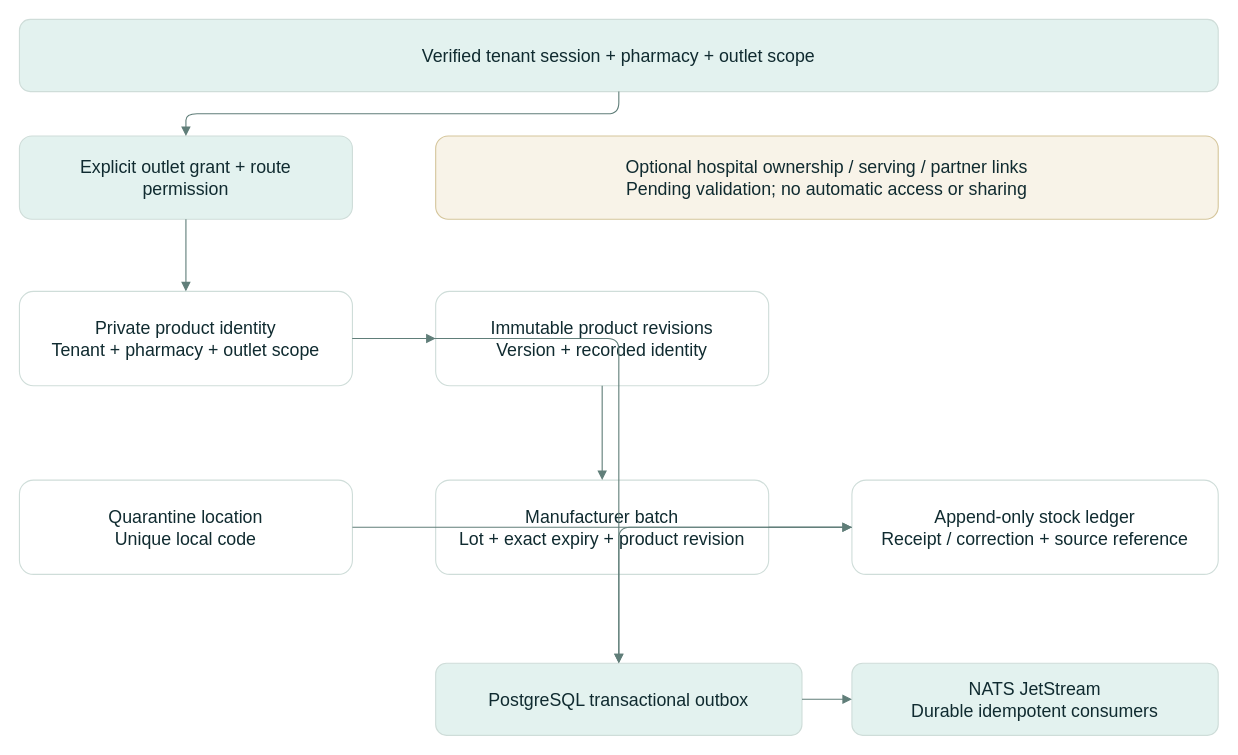
Earlier version of the draw.io diagram docs/architecture/diagrams/10-pharmaconnect-foundations.drawio (tesserix/helivanta). Source tidied: cells renumbered, new cells numbered last; positions are measured from the earlier drawing's top-left corner, leaving out a move shared by most shapes. Both pictures are drawn from the tidied source at 111%, with x=0, y=0 at pixel (19, 19).
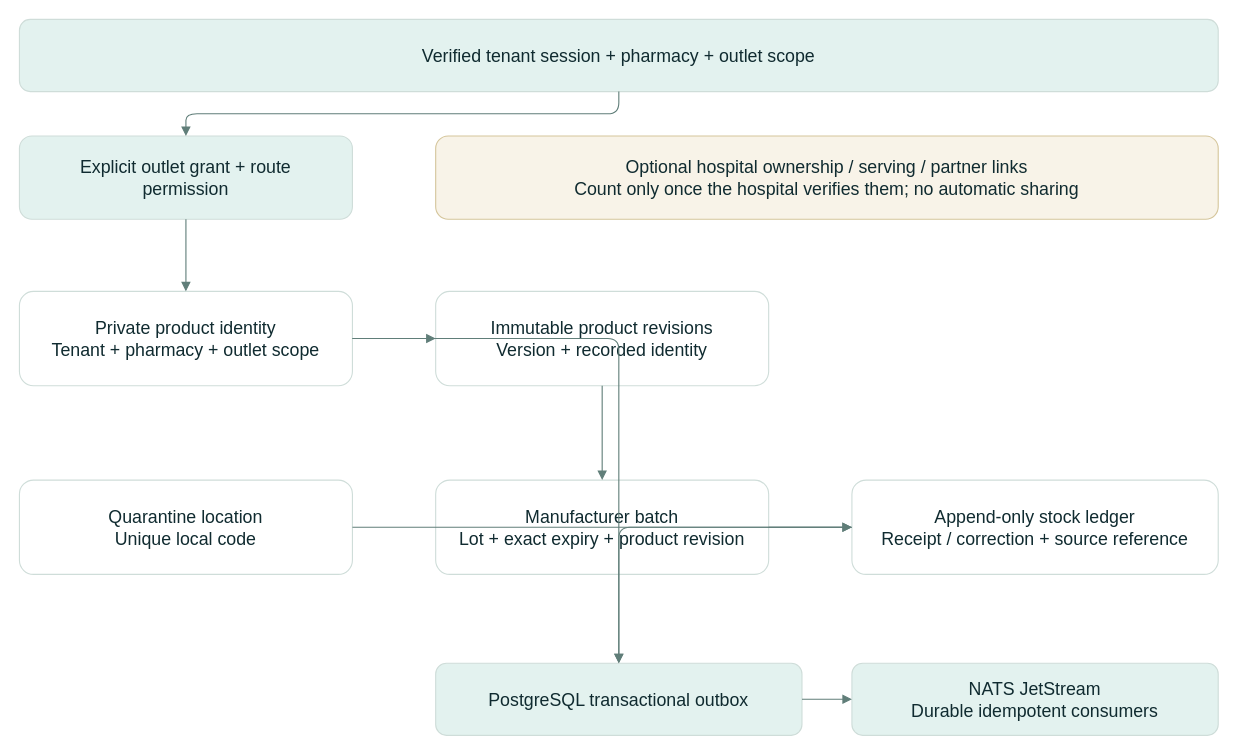
The same page after the edit.

What changed in the source:
```diff
@@
-    <mxCell id="20" value="Optional hospital ownership / serving / partner links&#10;Pending validation; no automatic access or sharing" style="rounded=1;whiteSpace=wrap;html=0;fillColor=#f8f3e8;strokeColor=#d5c69c;fontColor=#102b30;fontSize=16;" parent="1" vertex="1">
+    <mxCell id="20" value="Optional hospital ownership / serving / partner links&#10;Count only once the hospital verifies them; no automatic sharing" style="rounded=1;whiteSpace=wrap;html=0;fillColor=#f8f3e8;strokeColor=#d5c69c;fontColor=#102b30;fontSize=16;" parent="1" vertex="1">
       <mxGeometry x="375" y="105" width="705" height="75" as="geometry" />
     </mxCell>
```
